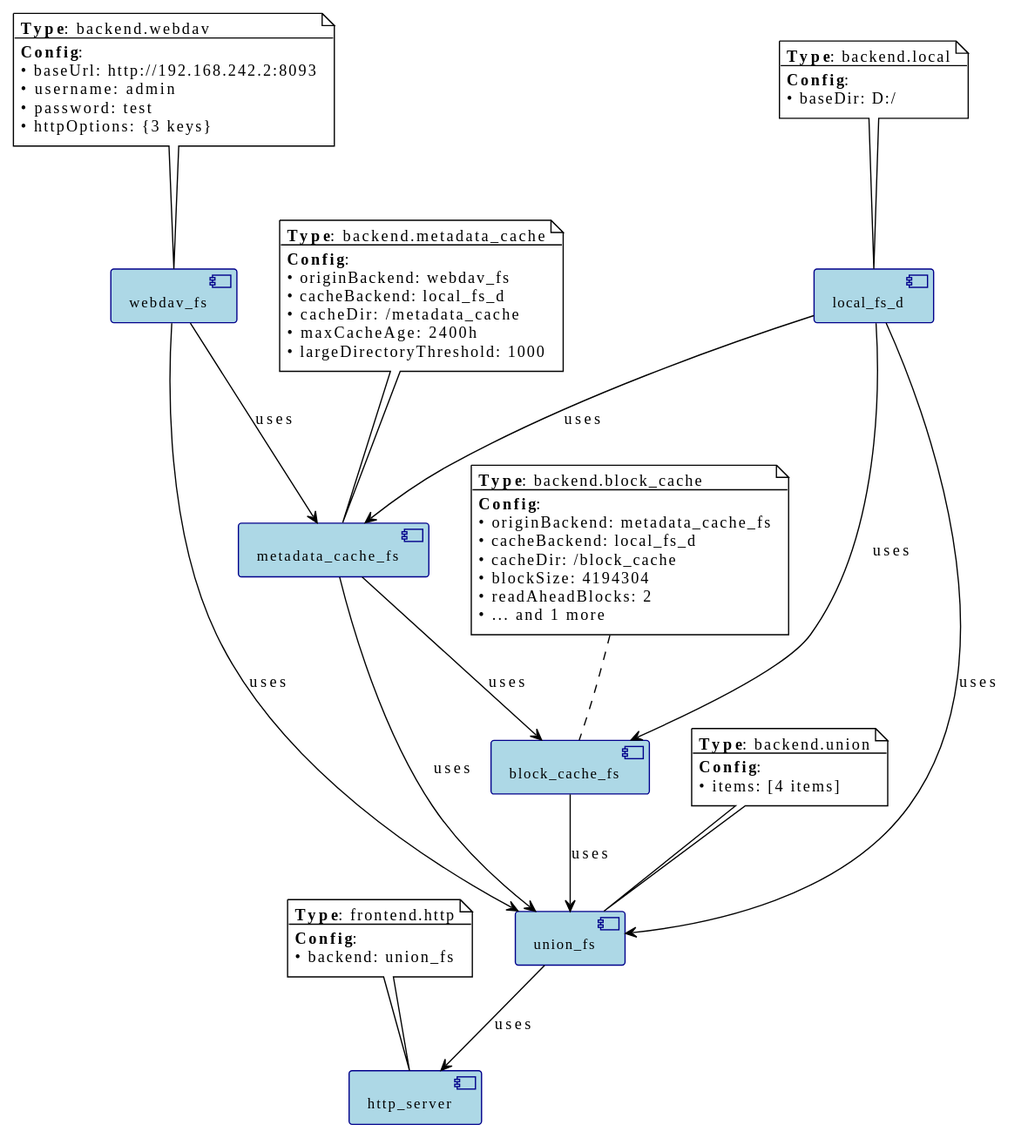
Earlier version of the PlantUML export bin/component_diagram.svg (zhangzqs/vfs_framework).
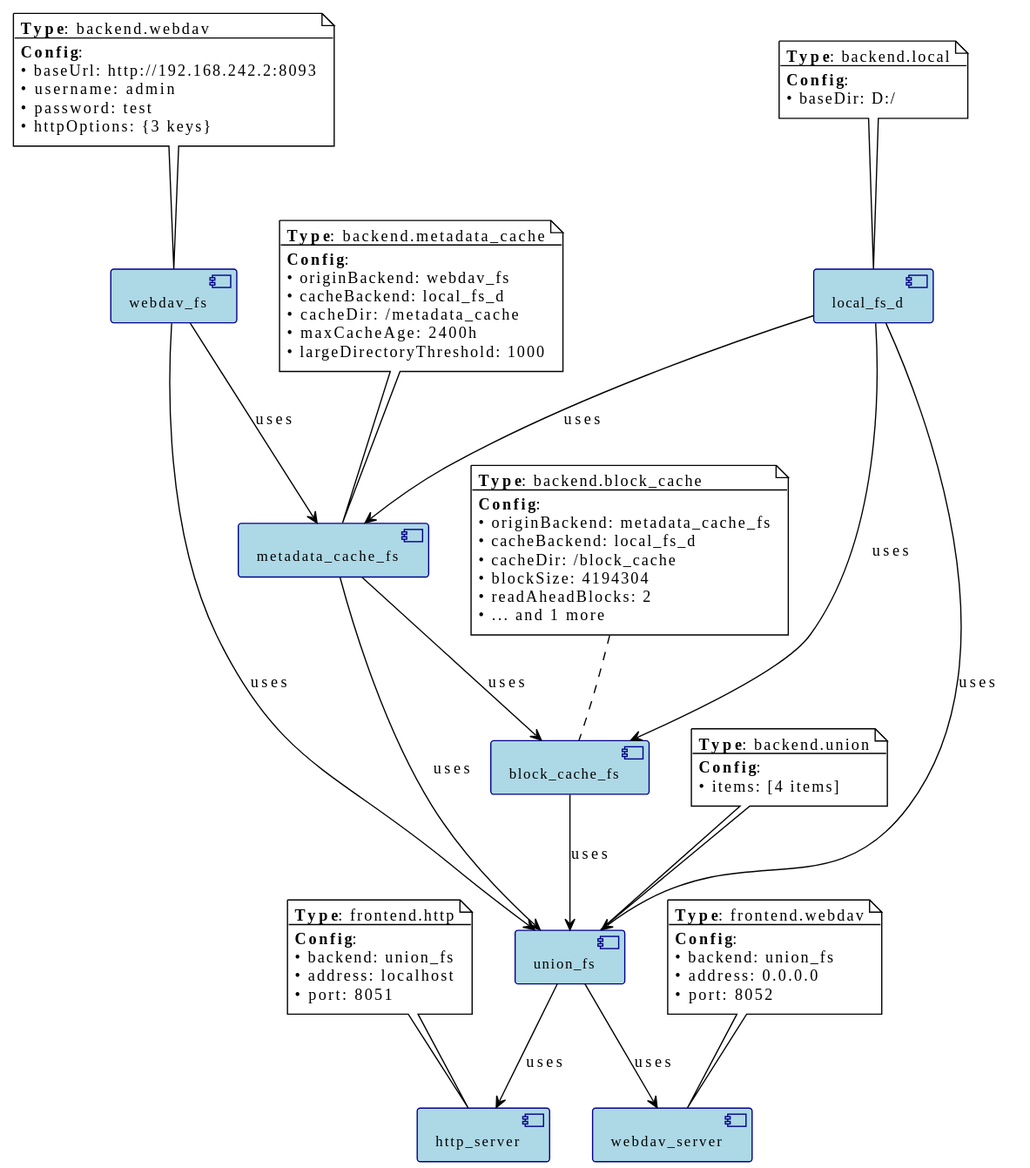
The same diagram one commit later.

The edit, as a diff of the source:
```diff
@@ -66,6 +66,18 @@
   --
   **Config**:
   • backend: union_fs
+  • address: localhost
+  • port: 8051
+end note
+
+component [webdav_server] as webdav_server
+note top of webdav_server
+  **Type**: frontend.webdav
+  --
+  **Config**:
+  • backend: union_fs
+  • address: 0.0.0.0
+  • port: 8052
 end note
 
 webdav_fs --> metadata_cache_fs : uses
@@ -77,4 +89,5 @@
 block_cache_fs --> union_fs : uses
 webdav_fs --> union_fs : uses
 union_fs --> http_server : uses
+union_fs --> webdav_server : uses
 @enduml
```
